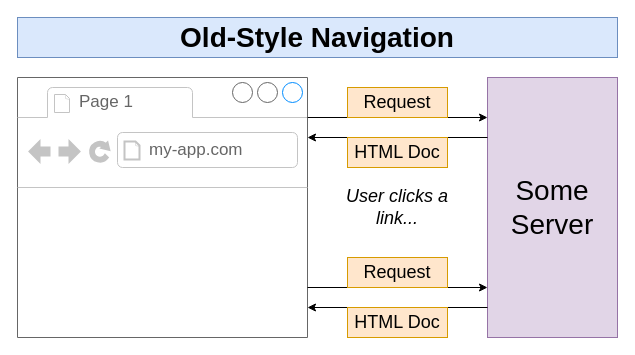
Above: page "03 - nav" (3 of 11) of diagrams/widgets/diagrams.drawio in HappySuzuki/redux-code (draw.io), before the change. Source tidied: cells renumbered, new cells numbered last; positions are measured from the earlier drawing's top-left corner, leaving out a move shared by most shapes. Both pictures are drawn from the tidied source at 100%, with x=0, y=0 at pixel (17, 17).
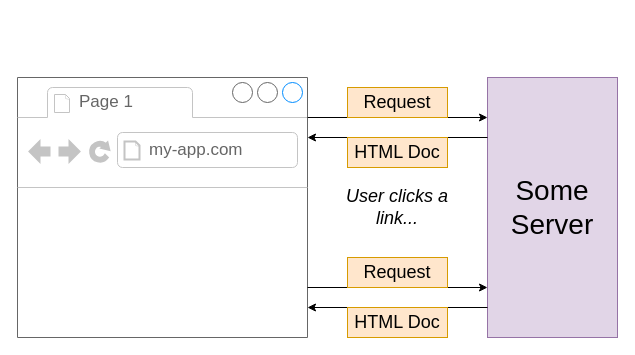
The same diagram, later.

Diff of the diagram source:
```diff
@@
 <mxGraphModel>
   <root>
     <mxCell id="0" />
     <mxCell id="1" parent="0" />
-    <mxCell id="2" value="Old-Style Navigation" style="rounded=0;whiteSpace=wrap;html=1;fillColor=#dae8fc;strokeColor=#6c8ebf;fontSize=28;fontStyle=1;" parent="1" vertex="1">
-      <mxGeometry width="600" height="40" as="geometry" />
-    </mxCell>
     <mxCell id="3" style="strokeWidth=1;shadow=0;dashed=0;align=center;html=1;shape=mxgraph.mockup.containers.browserWindow;rSize=0;strokeColor=#666666;strokeColor2=#008cff;strokeColor3=#c4c4c4;mainText=,;fontSize=28;" parent="1" vertex="1">
       <mxGeometry y="60" width="290" height="260" as="geometry" />
     </mxCell>
     <mxCell id="4" value="Page 1" style="strokeWidth=1;shadow=0;dashed=0;align=center;html=1;shape=mxgraph.mockup.containers.anchor;fontSize=17;fontColor=#666666;align=left;" parent="3" vertex="1">
       <mxGeometry x="60" y="12" width="110" height="26" as="geometry" />
     </mxCell>
     <mxCell id="5" value="my-app.com" style="strokeWidth=1;shadow=0;dashed=0;align=center;html=1;shape=mxgraph.mockup.containers.anchor;rSize=0;fontSize=17;fontColor=#666666;align=left;" parent="3" vertex="1">
       <mxGeometry x="130" y="60" width="250" height="26" as="geometry" />
     </mxCell>
     <mxCell id="6" value="Some Server" style="rounded=0;whiteSpace=wrap;html=1;fontSize=28;fillColor=#e1d5e7;strokeColor=#9673a6;" parent="1" vertex="1">
       <mxGeometry x="470" y="60" width="130" height="260" as="geometry" />
     </mxCell>
     <mxCell id="7" style="endArrow=classic;html=1;fontSize=28;" parent="1" edge="1">
       <mxGeometry relative="1" as="geometry">
         <mxPoint x="290" y="100" as="sourcePoint" />
         <mxPoint x="470" y="100" as="targetPoint" />
       </mxGeometry>
     </mxCell>
     <mxCell id="8" value="Request" style="rounded=0;whiteSpace=wrap;html=1;fontSize=18;fillColor=#ffe6cc;strokeColor=#d79b00;" parent="1" vertex="1">
       <mxGeometry x="330" y="70" width="100" height="30" as="geometry" />
     </mxCell>
     <mxCell id="9" style="endArrow=classic;html=1;fontSize=28;" parent="1" edge="1">
       <mxGeometry relative="1" as="geometry">
         <mxPoint x="470" y="120" as="sourcePoint" />
         <mxPoint x="290" y="120" as="targetPoint" />
       </mxGeometry>
     </mxCell>
     <mxCell id="10" value="HTML Doc" style="rounded=0;whiteSpace=wrap;html=1;fontSize=18;fillColor=#ffe6cc;strokeColor=#d79b00;" parent="1" vertex="1">
       <mxGeometry x="330" y="120" width="100" height="30" as="geometry" />
     </mxCell>
     <mxCell id="11" value="&lt;i&gt;User clicks a link...&lt;/i&gt;" style="text;html=1;strokeColor=none;fillColor=none;align=center;verticalAlign=middle;whiteSpace=wrap;rounded=0;fontSize=18;" parent="1" vertex="1">
       <mxGeometry x="320" y="180" width="120" height="20" as="geometry" />
     </mxCell>
     <mxCell id="12" style="endArrow=classic;html=1;fontSize=28;" parent="1" edge="1">
       <mxGeometry relative="1" as="geometry">
         <mxPoint x="290" y="270" as="sourcePoint" />
         <mxPoint x="470" y="270" as="targetPoint" />
       </mxGeometry>
     </mxCell>
     <mxCell id="13" value="Request" style="rounded=0;whiteSpace=wrap;html=1;fontSize=18;fillColor=#ffe6cc;strokeColor=#d79b00;" parent="1" vertex="1">
       <mxGeometry x="330" y="240" width="100" height="30" as="geometry" />
     </mxCell>
     <mxCell id="14" style="endArrow=classic;html=1;fontSize=28;" parent="1" edge="1">
       <mxGeometry relative="1" as="geometry">
         <mxPoint x="470" y="290" as="sourcePoint" />
         <mxPoint x="290" y="290" as="targetPoint" />
       </mxGeometry>
     </mxCell>
     <mxCell id="15" value="HTML Doc" style="rounded=0;whiteSpace=wrap;html=1;fontSize=18;fillColor=#ffe6cc;strokeColor=#d79b00;" parent="1" vertex="1">
       <mxGeometry x="330" y="290" width="100" height="30" as="geometry" />
     </mxCell>
   </root>
 </mxGraphModel>
```
